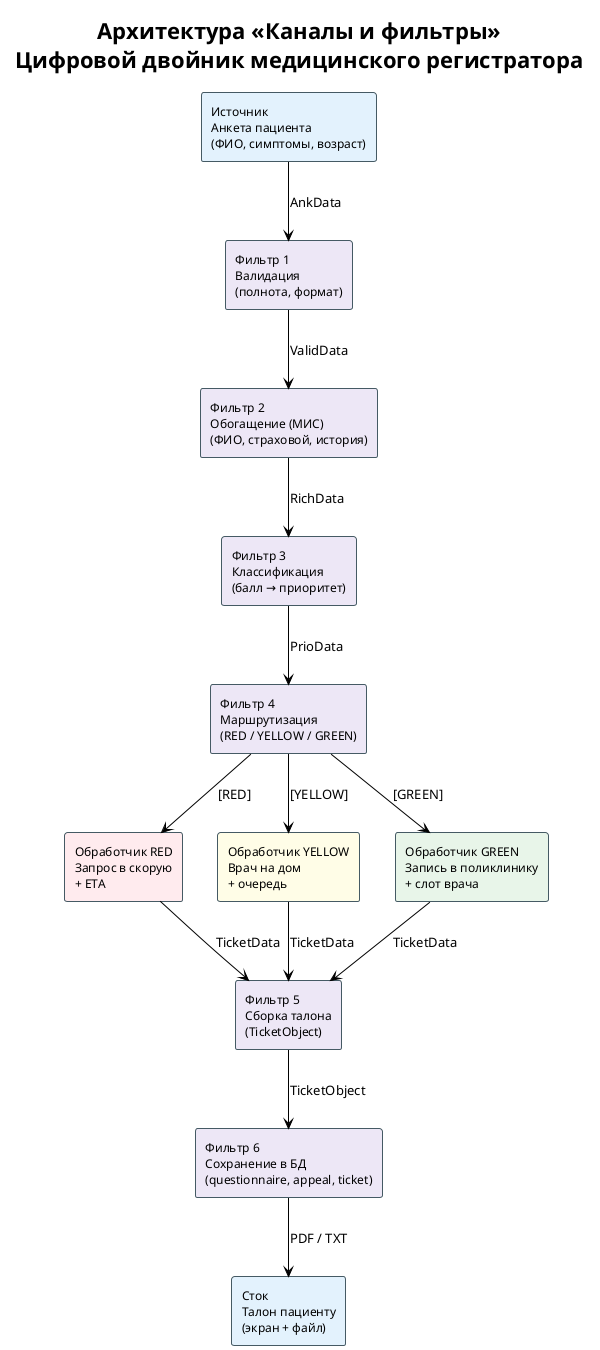
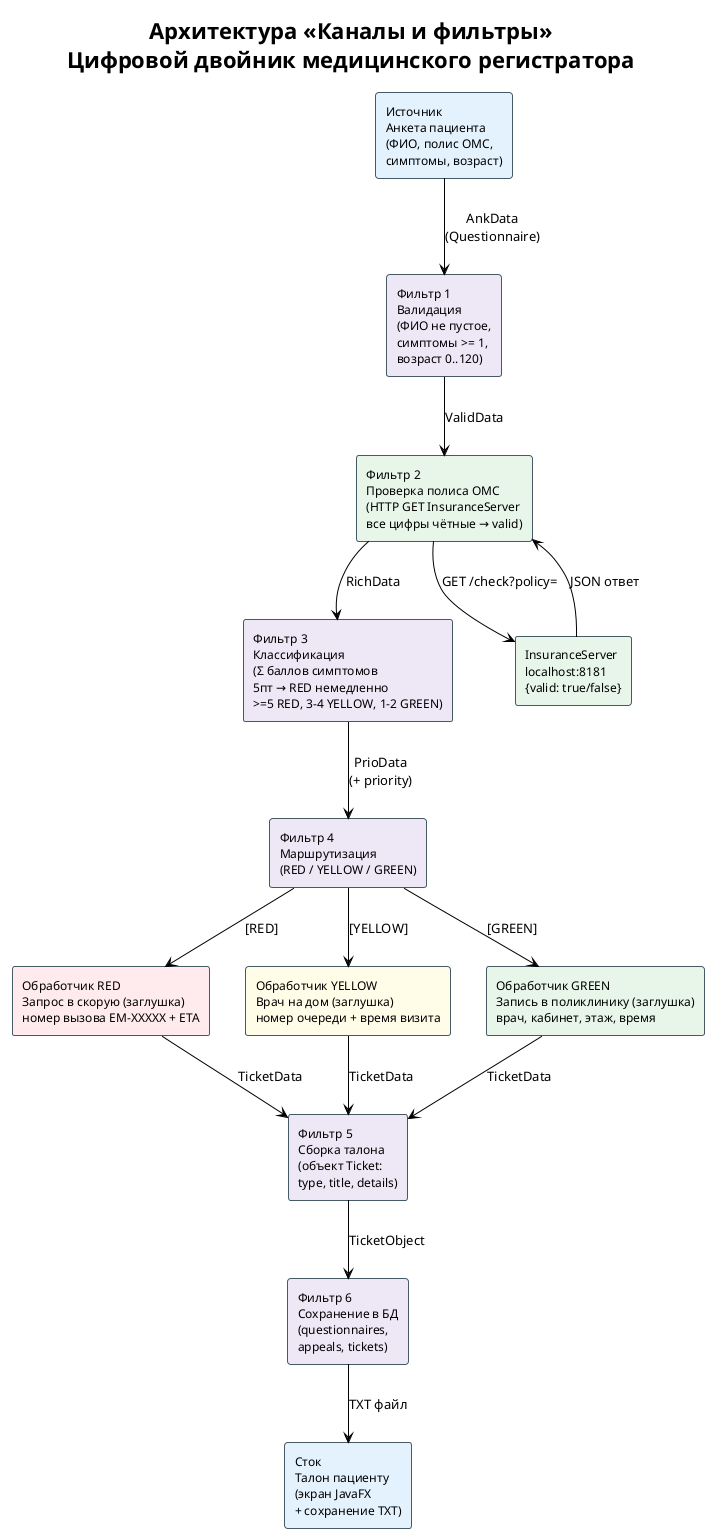
@startuml pipes_filters
!theme plain
skinparam defaultFontName Arial
skinparam rectangle {
    BorderColor #455A64
    FontSize 12
}

title Архитектура «Каналы и фильтры»\nЦифровой двойник медицинского регистратора

- rectangle "Источник\nАнкета пациента\n(ФИО, симптомы, возраст)" as SRC #E3F2FD
- rectangle "Фильтр 1\nВалидация\n(полнота, формат)" as F1 #EDE7F6
- rectangle "Фильтр 2\nОбогащение (МИС)\n(ФИО, страховой, история)" as F2 #EDE7F6
- rectangle "Фильтр 3\nКлассификация\n(балл → приоритет)" as F3 #EDE7F6
+ rectangle "Источник\nАнкета пациента\n(ФИО, полис ОМС,\nсимптомы, возраст)" as SRC #E3F2FD
+ 
+ rectangle "Фильтр 1\nВалидация\n(ФИО не пустое,\nсимптомы >= 1,\nвозраст 0..120)" as F1 #EDE7F6
+ 
+ rectangle "Фильтр 2\nПроверка полиса ОМС\n(HTTP GET InsuranceServer\nвсе цифры чётные → valid)" as F2 #E8F5E9
+ 
+ rectangle "Фильтр 3\nКлассификация\n(Σ баллов симптомов\n5пт → RED немедленно\n>=5 RED, 3-4 YELLOW, 1-2 GREEN)" as F3 #EDE7F6
+ 
rectangle "Фильтр 4\nМаршрутизация\n(RED / YELLOW / GREEN)" as F4 #EDE7F6

- rectangle "Обработчик RED\nЗапрос в скорую\n+ ETA" as HRED #FFEBEE
- rectangle "Обработчик YELLOW\nВрач на дом\n+ очередь" as HYEL #FFFDE7
- rectangle "Обработчик GREEN\nЗапись в поликлинику\n+ слот врача" as HGRN #E8F5E9
+ rectangle "Обработчик RED\nЗапрос в скорую (заглушка)\nномер вызова EM-XXXXX + ETA" as HRED #FFEBEE

- rectangle "Фильтр 5\nСборка талона\n(TicketObject)" as F5 #EDE7F6
- rectangle "Фильтр 6\nСохранение в БД\n(questionnaire, appeal, ticket)" as F6 #EDE7F6
- rectangle "Сток\nТалон пациенту\n(экран + файл)" as SNK #E3F2FD
+ rectangle "Обработчик YELLOW\nВрач на дом (заглушка)\nномер очереди + время визита" as HYEL #FFFDE7

- SRC --> F1 : AnkData
+ rectangle "Обработчик GREEN\nЗапись в поликлинику (заглушка)\nврач, кабинет, этаж, время" as HGRN #E8F5E9
+ 
+ rectangle "Фильтр 5\nСборка талона\n(объект Ticket:\ntype, title, details)" as F5 #EDE7F6
+ 
+ rectangle "Фильтр 6\nСохранение в БД\n(questionnaires,\nappeals, tickets)" as F6 #EDE7F6
+ 
+ rectangle "Сток\nТалон пациенту\n(экран JavaFX\n+ сохранение TXT)" as SNK #E3F2FD
+ 
+ rectangle "InsuranceServer\nlocalhost:8181\n{valid: true/false}" as ISRV #E8F5E9
+ 
+ SRC --> F1 : AnkData\n(Questionnaire)
F1 --> F2 : ValidData
+ F2 --> ISRV : GET /check?policy=
+ ISRV --> F2 : JSON ответ
F2 --> F3 : RichData
- F3 --> F4 : PrioData
+ F3 --> F4 : PrioData\n(+ priority)

F4 --> HRED : [RED]
F4 --> HYEL : [YELLOW]
F4 --> HGRN : [GREEN]

HRED --> F5 : TicketData
HYEL --> F5 : TicketData
HGRN --> F5 : TicketData

F5 --> F6 : TicketObject
- F6 --> SNK : PDF / TXT
+ F6 --> SNK : TXT файл
@enduml